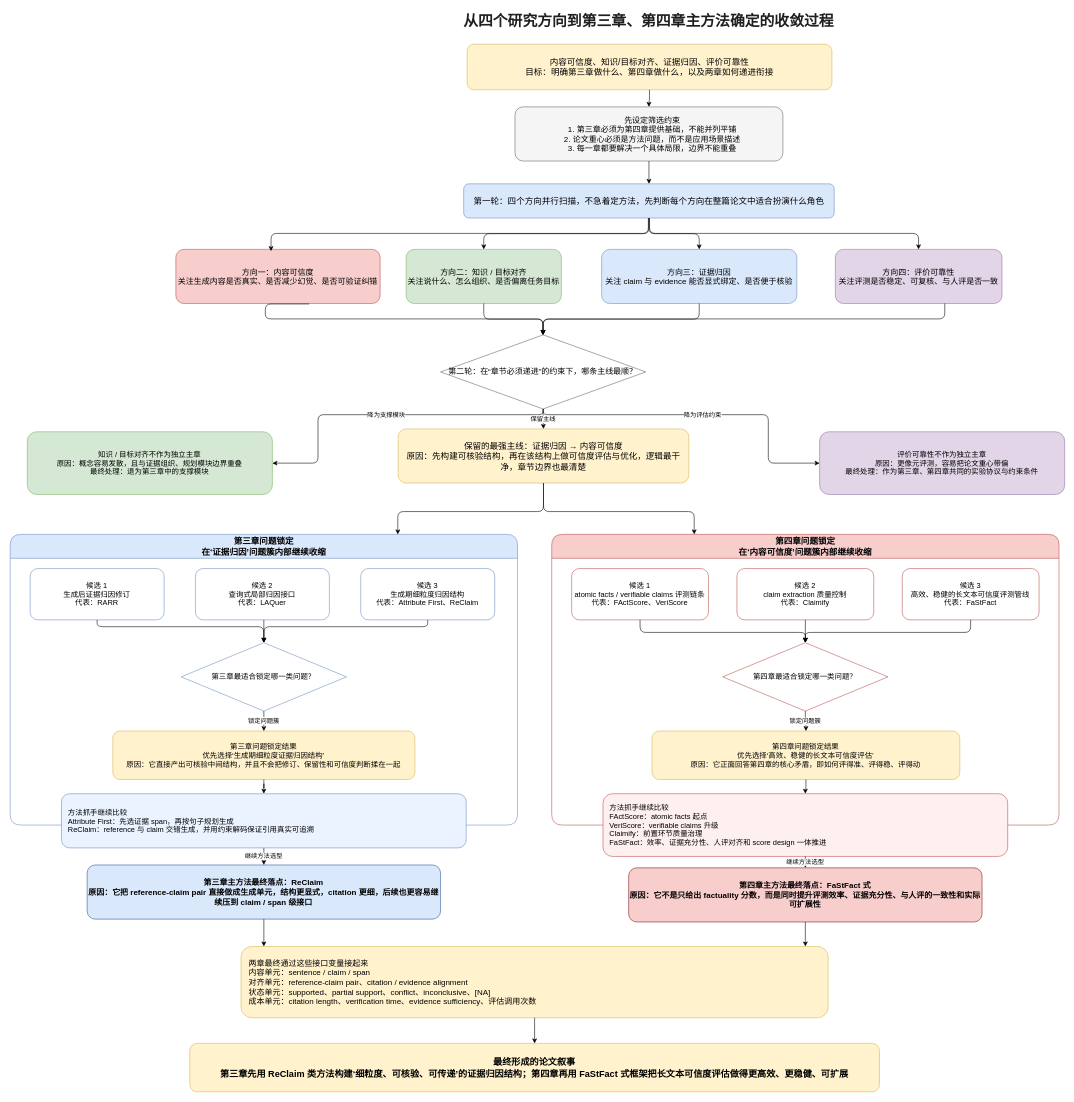
Earlier version of the draw.io diagram 20260409.drawio (handsome-tony/picture). Source tidied: cells renumbered, new cells numbered last; positions are measured from the earlier drawing's top-left corner, leaving out a move shared by most shapes. Both pictures are drawn from the tidied source at 57%, with x=0, y=0 at pixel (10, 10).
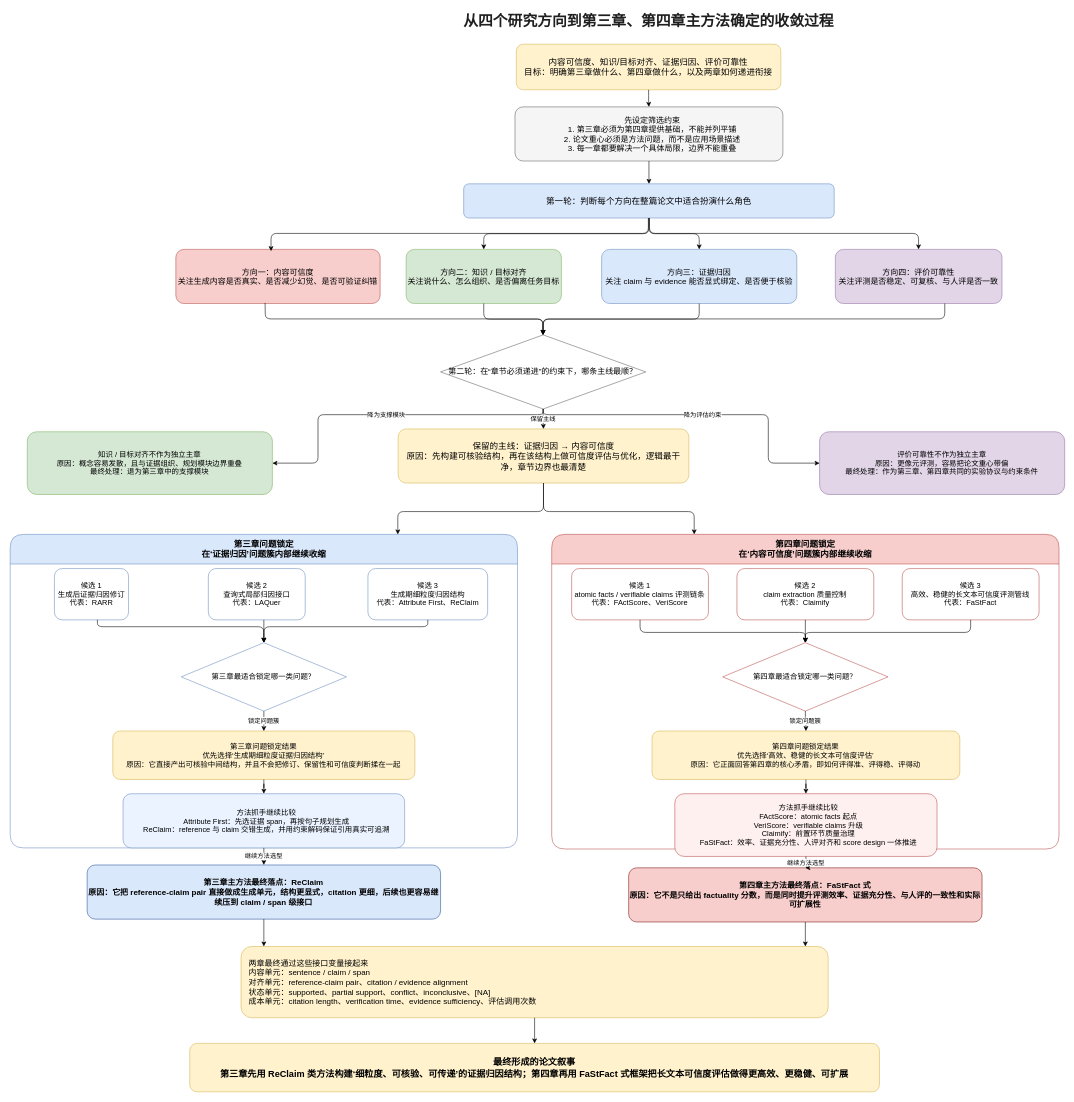
The same page after the edit.

The change refers to these unchanged cells:
```xml
<mxCell id="6" value="方向一：内容可信度&#10;关注生成内容是否真实、是否减少幻觉、是否可验证纠错" style="rounded=1;whiteSpace=wrap;html=1;fillColor=#f8cecc;strokeColor=#b85450;fontSize=14;" parent="1" vertex="1">
  <mxGeometry x="291" y="420" width="358.4" height="95" as="geometry" />
</mxCell>
<mxCell id="10" value="第二轮：在“章节必须递进”的约束下，哪条主线最顺？" style="rhombus;whiteSpace=wrap;html=1;fillColor=#ffffff;strokeColor=#666666;fontSize=14;" parent="1" vertex="1">
  <mxGeometry x="755.4" y="570" width="360" height="130" as="geometry" />
</mxCell>
```

Change to the diagram source:
```diff
@@
     <mxCell id="3" value="内容可信度、知识/目标对齐、证据归因、评价可靠性&lt;br&gt;目标：明确第三章做什么、第四章做什么，以及两章如何递进衔接" style="rounded=1;whiteSpace=wrap;html=1;fillColor=#fff2cc;strokeColor=#d6b656;fontSize=15;" parent="1" vertex="1">
-      <mxGeometry x="802" y="60" width="640" height="80" as="geometry" />
+      <mxGeometry x="888.4" y="60" width="464" height="80" as="geometry" />
     </mxCell>
@@
-    <mxCell id="5" value="第一轮：四个方向并行扫描，不急着定方法，先判断每个方向在整篇论文中适合扮演什么角色" style="rounded=1;whiteSpace=wrap;html=1;fillColor=#dae8fc;strokeColor=#6c8ebf;fontSize=15;" parent="1" vertex="1">
+    <mxCell id="5" value="第一轮：判断每个方向在整篇论文中适合扮演什么角色" style="rounded=1;whiteSpace=wrap;html=1;fillColor=#dae8fc;strokeColor=#6c8ebf;fontSize=15;" parent="1" vertex="1">
       <mxGeometry x="796" y="305" width="650" height="60" as="geometry" />
     </mxCell>
@@
-    <mxCell id="12" value="保留的最强主线：证据归因 → 内容可信度&#10;原因：先构建可核验结构，再在该结构上做可信度评估与优化，逻辑最干净，章节边界也最清楚" style="rounded=1;whiteSpace=wrap;html=1;fillColor=#fff2cc;strokeColor=#d6b656;fontSize=15;" parent="1" vertex="1">
+    <mxCell id="12" value="保留的主线：证据归因 → 内容可信度&lt;br&gt;原因：先构建可核验结构，再在该结构上做可信度评估与优化，逻辑最干净，章节边界也最清楚" style="rounded=1;whiteSpace=wrap;html=1;fillColor=#fff2cc;strokeColor=#d6b656;fontSize=15;" parent="1" vertex="1">
       <mxGeometry x="681" y="735" width="510" height="95" as="geometry" />
     </mxCell>
@@
-    <mxCell id="14" value="第三章问题锁定&#10;在‘证据归因’问题簇内部继续收缩" style="swimlane;html=1;rounded=1;startSize=42;fillColor=#dae8fc;strokeColor=#6c8ebf;fontSize=15;" parent="1" vertex="1">
-      <mxGeometry x="0.4" y="920" width="890" height="510" as="geometry" />
+    <mxCell id="14" value="第三章问题锁定&#10;在‘证据归因’问题簇内部继续收缩" style="swimlane;html=1;rounded=1;startSize=52;fillColor=#dae8fc;strokeColor=#6c8ebf;fontSize=15;" parent="1" vertex="1">
+      <mxGeometry x="0.4" y="920" width="890" height="550" as="geometry" />
     </mxCell>
     <mxCell id="15" value="候选 1&#10;生成后证据归因修订&#10;代表：RARR" style="rounded=1;whiteSpace=wrap;html=1;fillColor=#ffffff;strokeColor=#6c8ebf;fontSize=13;" parent="14" vertex="1">
-      <mxGeometry x="35" y="60" width="235" height="90" as="geometry" />
+      <mxGeometry x="77.6" y="60" width="130" height="90" as="geometry" />
     </mxCell>
     <mxCell id="16" value="候选 2&#10;查询式局部归因接口&#10;代表：LAQuer" style="rounded=1;whiteSpace=wrap;html=1;fillColor=#ffffff;strokeColor=#6c8ebf;fontSize=13;" parent="14" vertex="1">
-      <mxGeometry x="325" y="60" width="235" height="90" as="geometry" />
+      <mxGeometry x="347.6" y="60" width="170" height="90" as="geometry" />
     </mxCell>
     <mxCell id="17" value="候选 3&#10;生成期细粒度归因结构&#10;代表：Attribute First、ReClaim" style="rounded=1;whiteSpace=wrap;html=1;fillColor=#ffffff;strokeColor=#6c8ebf;fontSize=13;" parent="14" vertex="1">
-      <mxGeometry x="615" y="60" width="235" height="90" as="geometry" />
+      <mxGeometry x="627.6" y="60" width="210" height="90" as="geometry" />
     </mxCell>
@@
-    <mxCell id="20" value="方法抓手继续比较&#10;Attribute First：先选证据 span，再按句子规划生成&#10;ReClaim：reference 与 claim 交错生成，并用约束解码保证引用真实可追溯" style="rounded=1;whiteSpace=wrap;html=1;fillColor=#eaf3ff;strokeColor=#6c8ebf;fontSize=13;align=left;spacingLeft=10;" parent="14" vertex="1">
-      <mxGeometry x="90" y="455" width="710" height="95" as="geometry" />
+    <mxCell id="20" value="方法抓手继续比较&lt;br&gt;Attribute First：先选证据 span，再按句子规划生成&lt;br&gt;ReClaim：reference 与 claim 交错生成，并用约束解码保证引用真实可追溯" style="rounded=1;whiteSpace=wrap;html=1;fillColor=#eaf3ff;strokeColor=#6c8ebf;fontSize=13;align=center;spacingLeft=10;" parent="14" vertex="1">
+      <mxGeometry x="198" y="455" width="494" height="95" as="geometry" />
     </mxCell>
@@
-    <mxCell id="28" value="第四章问题锁定&#10;在‘内容可信度’问题簇内部继续收缩" style="swimlane;html=1;rounded=1;startSize=42;fillColor=#f8cecc;strokeColor=#b85450;fontSize=15;" parent="1" vertex="1">
-      <mxGeometry x="950.4" y="920" width="890" height="510" as="geometry" />
+    <mxCell id="28" value="第四章问题锁定&#10;在‘内容可信度’问题簇内部继续收缩" style="swimlane;html=1;rounded=1;startSize=52;fillColor=#f8cecc;strokeColor=#b85450;fontSize=15;" parent="1" vertex="1">
+      <mxGeometry x="950.4" y="920" width="890" height="552" as="geometry" />
     </mxCell>
@@
-    <mxCell id="34" value="方法抓手继续比较&#10;FActScore：atomic facts 起点&#10;VeriScore：verifiable claims 升级&#10;Claimify：前置环节质量治理&#10;FaStFact：效率、证据充分性、人评对齐和 score design 一体推进" style="rounded=1;whiteSpace=wrap;html=1;fillColor=#fff0f0;strokeColor=#b85450;fontSize=13;align=left;spacingLeft=10;" parent="28" vertex="1">
-      <mxGeometry x="90" y="455" width="710" height="110" as="geometry" />
+    <mxCell id="34" value="方法抓手继续比较&lt;br&gt;FActScore：atomic facts 起点&lt;br&gt;VeriScore：verifiable claims 升级&lt;br&gt;Claimify：前置环节质量治理&lt;br&gt;FaStFact：效率、证据充分性、人评对齐和 score design 一体推进" style="rounded=1;whiteSpace=wrap;html=1;fillColor=#fff0f0;strokeColor=#b85450;fontSize=13;align=center;spacingLeft=10;" parent="28" vertex="1">
+      <mxGeometry x="216" y="455" width="460" height="110" as="geometry" />
     </mxCell>
@@
-    <mxCell id="50" style="edgeStyle=orthogonalEdgeStyle;rounded=1;jettySize=auto;html=1;exitX=0.652;exitY=1.008;exitDx=0;exitDy=0;exitPerimeter=0;" parent="1" edge="1" source="6" target="10">
+    <mxCell id="50" style="edgeStyle=orthogonalEdgeStyle;rounded=1;jettySize=auto;html=1;exitX=0.437;exitY=0.988;exitDx=0;exitDy=0;exitPerimeter=0;" parent="1" edge="1" source="6" target="10">
       <mxGeometry relative="1" as="geometry">
         <Array as="points">
+          <mxPoint x="448" y="516" />
           <mxPoint x="448" y="516" />
           <mxPoint x="448" y="542" />
           <mxPoint x="935" y="542" />
         </Array>
       </mxGeometry>
     </mxCell>
```
